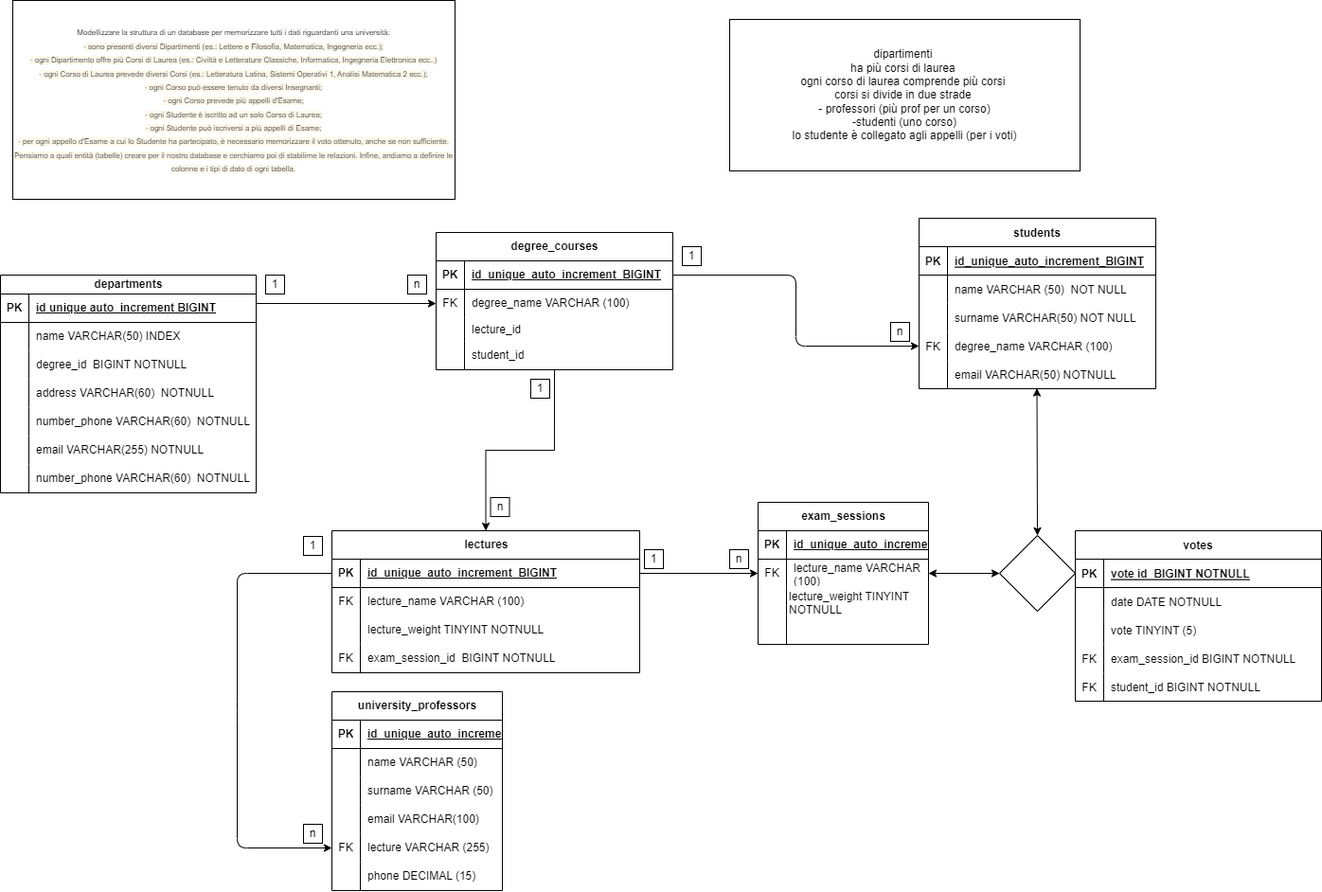
MarcoBione/db-university keeps this draw.io diagram as Gruppo 3.drawio.png. Above is the earlier version. Source tidied: cells renumbered, new cells last; positions are measured from the earlier drawing's top-left corner, leaving out a move shared by most shapes.
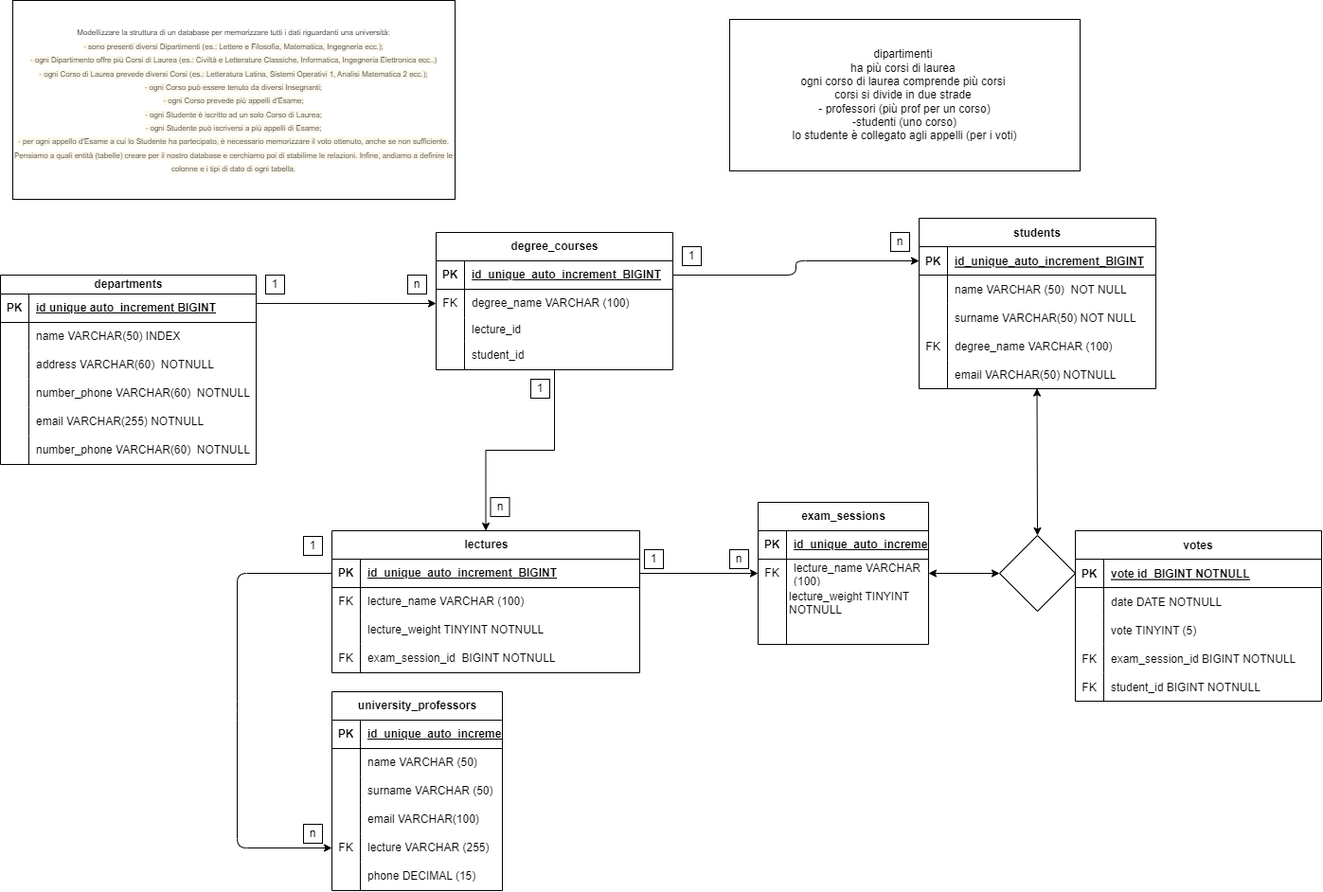
The same file after the commit.

What changed in the source:
```diff
@@ -6,7 +6,7 @@
       <mxGeometry x="13" width="467" height="210" as="geometry" />
     </mxCell>
     <mxCell id="3" value="departments" style="shape=table;startSize=20;rowLines=0;fontStyle=1;align=center;html=1;" parent="1" vertex="1">
-      <mxGeometry y="290" width="270" height="230" as="geometry" />
+      <mxGeometry y="290" width="270" height="200" as="geometry" />
     </mxCell>
     <mxCell id="4" style="shape=tableRow;horizontal=0;startSize=0;swimlaneHead=0;swimlaneBody=0;fillColor=none;points=[[0,0.5],[1,0.5]];portConstraint=eastwest;top=0;left=0;right=0;bottom=1;" parent="3" vertex="1">
       <mxGeometry y="20" width="270" height="30" as="geometry" />
@@ -26,17 +26,8 @@
     <mxCell id="9" value="name VARCHAR(50) INDEX" style="shape=partialRectangle;fillColor=none;top=0;left=0;bottom=0;right=0;align=left;spacingLeft=6;overflow=hidden;whiteSpace=wrap;html=1;" parent="7" vertex="1">
       <mxGeometry x="30" width="240" height="30" as="geometry" />
     </mxCell>
-    <mxCell id="10" style="shape=tableRow;horizontal=0;startSize=0;swimlaneHead=0;swimlaneBody=0;fillColor=none;top=0;left=0;right=0;bottom=0;" parent="3" vertex="1">
-      <mxGeometry y="80" width="270" height="30" as="geometry" />
-    </mxCell>
-    <mxCell id="11" style="shape=partialRectangle;fillColor=none;top=0;left=0;bottom=0;right=0;overflow=hidden;whiteSpace=wrap;html=1;" parent="10" vertex="1">
-      <mxGeometry width="30" height="30" as="geometry" />
-    </mxCell>
-    <mxCell id="12" value="degree_id&amp;nbsp; BIGINT NOTNULL" style="shape=partialRectangle;fillColor=none;top=0;left=0;bottom=0;right=0;align=left;spacingLeft=6;overflow=hidden;whiteSpace=wrap;html=1;" parent="10" vertex="1">
-      <mxGeometry x="30" width="240" height="30" as="geometry" />
-    </mxCell>
     <mxCell id="13" style="shape=tableRow;horizontal=0;startSize=0;swimlaneHead=0;swimlaneBody=0;fillColor=none;top=0;left=0;right=0;bottom=0;" parent="3" vertex="1">
-      <mxGeometry y="110" width="270" height="30" as="geometry" />
+      <mxGeometry y="80" width="270" height="30" as="geometry" />
     </mxCell>
     <mxCell id="14" style="shape=partialRectangle;fillColor=none;top=0;left=0;bottom=0;right=0;overflow=hidden;whiteSpace=wrap;html=1;" parent="13" vertex="1">
       <mxGeometry width="30" height="30" as="geometry" />
@@ -45,7 +36,7 @@
       <mxGeometry x="30" width="240" height="30" as="geometry" />
     </mxCell>
     <mxCell id="16" style="shape=tableRow;horizontal=0;startSize=0;swimlaneHead=0;swimlaneBody=0;fillColor=none;top=0;left=0;right=0;bottom=0;" parent="3" vertex="1">
-      <mxGeometry y="140" width="270" height="30" as="geometry" />
+      <mxGeometry y="110" width="270" height="30" as="geometry" />
     </mxCell>
     <mxCell id="17" style="shape=partialRectangle;fillColor=none;top=0;left=0;bottom=0;right=0;overflow=hidden;whiteSpace=wrap;html=1;" parent="16" vertex="1">
       <mxGeometry width="30" height="30" as="geometry" />
@@ -54,7 +45,7 @@
       <mxGeometry x="30" width="240" height="30" as="geometry" />
     </mxCell>
     <mxCell id="19" style="shape=tableRow;horizontal=0;startSize=0;swimlaneHead=0;swimlaneBody=0;fillColor=none;top=0;left=0;right=0;bottom=0;" parent="3" vertex="1">
-      <mxGeometry y="170" width="270" height="30" as="geometry" />
+      <mxGeometry y="140" width="270" height="30" as="geometry" />
     </mxCell>
     <mxCell id="20" style="shape=partialRectangle;fillColor=none;top=0;left=0;bottom=0;right=0;overflow=hidden;whiteSpace=wrap;html=1;" parent="19" vertex="1">
       <mxGeometry width="30" height="30" as="geometry" />
@@ -63,7 +54,7 @@
       <mxGeometry x="30" width="240" height="30" as="geometry" />
     </mxCell>
     <mxCell id="22" style="shape=tableRow;horizontal=0;startSize=0;swimlaneHead=0;swimlaneBody=0;fillColor=none;top=0;left=0;right=0;bottom=0;" parent="3" vertex="1">
-      <mxGeometry y="200" width="270" height="30" as="geometry" />
+      <mxGeometry y="170" width="270" height="30" as="geometry" />
     </mxCell>
     <mxCell id="23" style="shape=partialRectangle;fillColor=none;top=0;left=0;bottom=0;right=0;overflow=hidden;whiteSpace=wrap;html=1;" parent="22" vertex="1">
       <mxGeometry width="30" height="30" as="geometry" />
@@ -306,7 +297,7 @@
       <mxGeometry x="517.5" y="525" width="20" height="20" as="geometry" />
     </mxCell>
     <mxCell id="101" value="n" style="rounded=0;whiteSpace=wrap;html=1;" parent="1" vertex="1">
-      <mxGeometry x="940" y="340" width="20" height="20" as="geometry" />
+      <mxGeometry x="940" y="245" width="20" height="20" as="geometry" />
     </mxCell>
     <mxCell id="102" style="edgeStyle=none;html=1;exitX=1;exitY=0.5;exitDx=0;exitDy=0;entryX=0;entryY=0.5;entryDx=0;entryDy=0;" parent="1" edge="1" source="41" target="81">
       <mxGeometry relative="1" as="geometry" />
@@ -407,11 +398,11 @@
     <mxCell id="134" value="email VARCHAR(50) NOTNULL" style="shape=partialRectangle;fillColor=none;top=0;left=0;bottom=0;right=0;align=left;spacingLeft=6;overflow=hidden;" parent="132" vertex="1">
       <mxGeometry x="30" width="220" height="30" as="geometry" />
     </mxCell>
-    <mxCell id="135" style="edgeStyle=none;html=1;exitX=1;exitY=0.5;exitDx=0;exitDy=0;entryX=0;entryY=0.5;entryDx=0;entryDy=0;" parent="1" edge="1" source="27" target="129">
+    <mxCell id="135" style="edgeStyle=none;html=1;exitX=1;exitY=0.5;exitDx=0;exitDy=0;entryX=0;entryY=0.5;entryDx=0;entryDy=0;" parent="1" edge="1" source="27" target="120">
       <mxGeometry relative="1" as="geometry">
         <Array as="points">
           <mxPoint x="840" y="290" />
-          <mxPoint x="840" y="365" />
+          <mxPoint x="840" y="275" />
         </Array>
       </mxGeometry>
     </mxCell>
```
